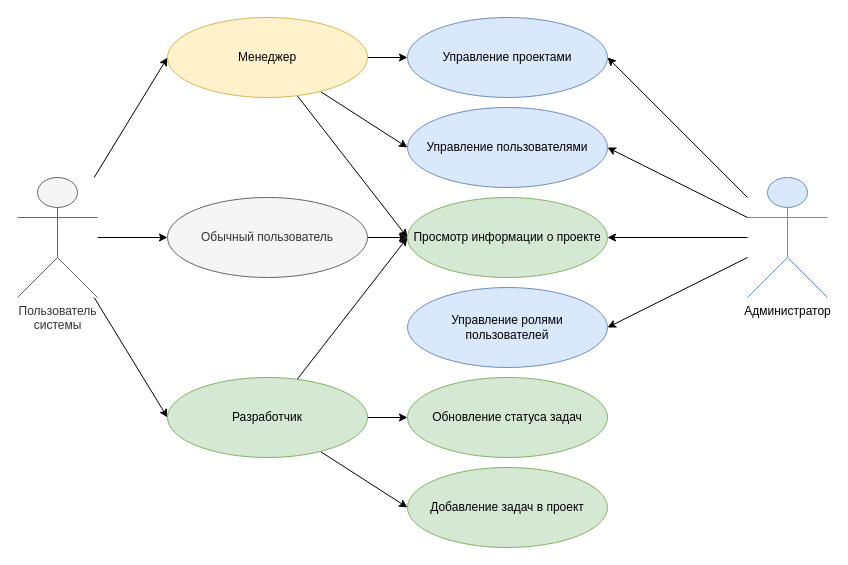
This is misc/Диаграммы/Use Case.drawio from Kristinycheremych/eremenko-graduateproject, a draw.io file, before an edit. Source tidied: cells renumbered, new cells numbered last; positions are measured from the earlier drawing's top-left corner, leaving out a move shared by most shapes. Both pictures are drawn from the tidied source at 100%, with x=0, y=0 at pixel (17, 17).
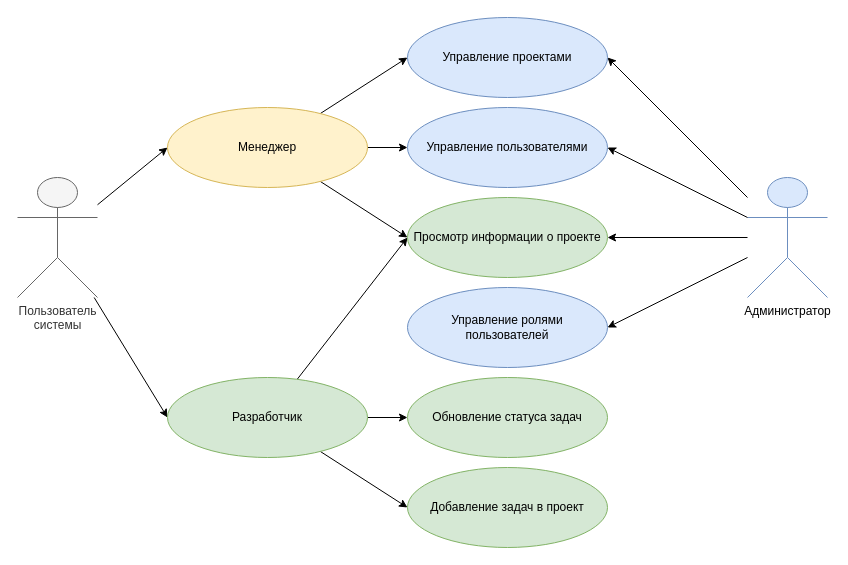
The same page after the edit.

The change refers to these unchanged cells:
```xml
<mxCell id="11" value="Пользователь &lt;br&gt;системы" style="shape=umlActor;verticalLabelPosition=bottom;verticalAlign=top;html=1;outlineConnect=0;fillColor=#f5f5f5;fontColor=#333333;strokeColor=#666666;" parent="1" vertex="1">
  <mxGeometry y="160" width="80" height="120" as="geometry" />
</mxCell>
<mxCell id="20" value="Просмотр информации о проекте" style="ellipse;whiteSpace=wrap;html=1;fillColor=#d5e8d4;strokeColor=#82b366;" parent="1" vertex="1">
  <mxGeometry x="390" y="180" width="200" height="80" as="geometry" />
</mxCell>
```

Change to the diagram source:
```diff
@@
-    <mxCell id="10" style="rounded=0;jettySize=auto;html=1;entryX=0;entryY=0.5;entryDx=0;entryDy=0;" parent="1" edge="1" source="11" target="26">
-      <mxGeometry relative="1" as="geometry" />
-    </mxCell>
@@
     <mxCell id="15" value="Менеджер " style="ellipse;whiteSpace=wrap;html=1;fillColor=#fff2cc;strokeColor=#d6b656;" parent="1" vertex="1">
-      <mxGeometry x="150" width="200" height="80" as="geometry" />
+      <mxGeometry x="150" y="90" width="200" height="80" as="geometry" />
     </mxCell>
@@
-    <mxCell id="25" style="rounded=0;jettySize=auto;html=1;entryX=0;entryY=0.5;entryDx=0;entryDy=0;" parent="1" edge="1" source="26" target="20">
-      <mxGeometry relative="1" as="geometry" />
-    </mxCell>
-    <mxCell id="26" value="Обычный пользователь" style="ellipse;whiteSpace=wrap;html=1;fillColor=#f5f5f5;fontColor=#333333;strokeColor=#666666;" parent="1" vertex="1">
-      <mxGeometry x="150" y="180" width="200" height="80" as="geometry" />
-    </mxCell>
```
